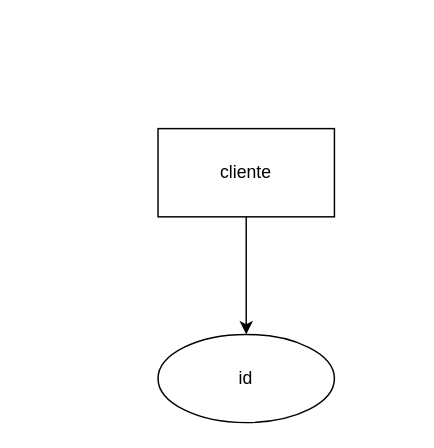
The draw.io diagram videoStore.drawio in jesalazaro/ER-diagrams, before the edit. Source tidied: cells renumbered, new cells numbered last; positions are measured from the earlier drawing's top-left corner, leaving out a move shared by most shapes. Both pictures are drawn from the tidied source at 147%, with x=0, y=0 at pixel (157, 128).
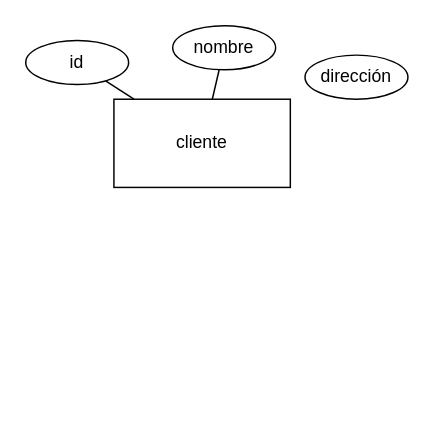
The same page after the edit.

Diff of the diagram source:
```diff
@@
 <mxGraphModel>
   <root>
     <mxCell id="0" />
     <mxCell id="1" parent="0" />
-    <mxCell id="2" style="edgeStyle=orthogonalEdgeStyle;rounded=0;jettySize=auto;html=1;" parent="1" edge="1" source="3" target="4">
+    <mxCell id="2" style="rounded=0;jettySize=auto;html=1;endArrow=none;endFill=0;" parent="1" edge="1" source="3" target="4">
       <mxGeometry relative="1" as="geometry" />
     </mxCell>
     <mxCell id="3" value="cliente" style="rounded=0;whiteSpace=wrap;html=1;" parent="1" vertex="1">
-      <mxGeometry width="120" height="60" as="geometry" />
+      <mxGeometry x="-30" y="-20" width="120" height="60" as="geometry" />
     </mxCell>
     <mxCell id="4" value="id" style="ellipse;whiteSpace=wrap;html=1;rounded=0;" parent="1" vertex="1">
-      <mxGeometry y="140" width="120" height="60" as="geometry" />
+      <mxGeometry x="-90" y="-60" width="70" height="30" as="geometry" />
     </mxCell>
+    <mxCell id="5" style="edgeStyle=none;rounded=0;jettySize=auto;html=1;endArrow=none;endFill=0;" parent="1" edge="1" source="6" target="3">
+      <mxGeometry relative="1" as="geometry" />
+    </mxCell>
+    <mxCell id="6" value="nombre&lt;br&gt;" style="ellipse;whiteSpace=wrap;html=1;rounded=0;" parent="1" vertex="1">
+      <mxGeometry x="10" y="-70" width="70" height="30" as="geometry" />
+    </mxCell>
+    <mxCell id="7" value="dirección" style="ellipse;whiteSpace=wrap;html=1;rounded=0;" parent="1" vertex="1">
+      <mxGeometry x="100" y="-50" width="70" height="30" as="geometry" />
+    </mxCell>
   </root>
 </mxGraphModel>
```
